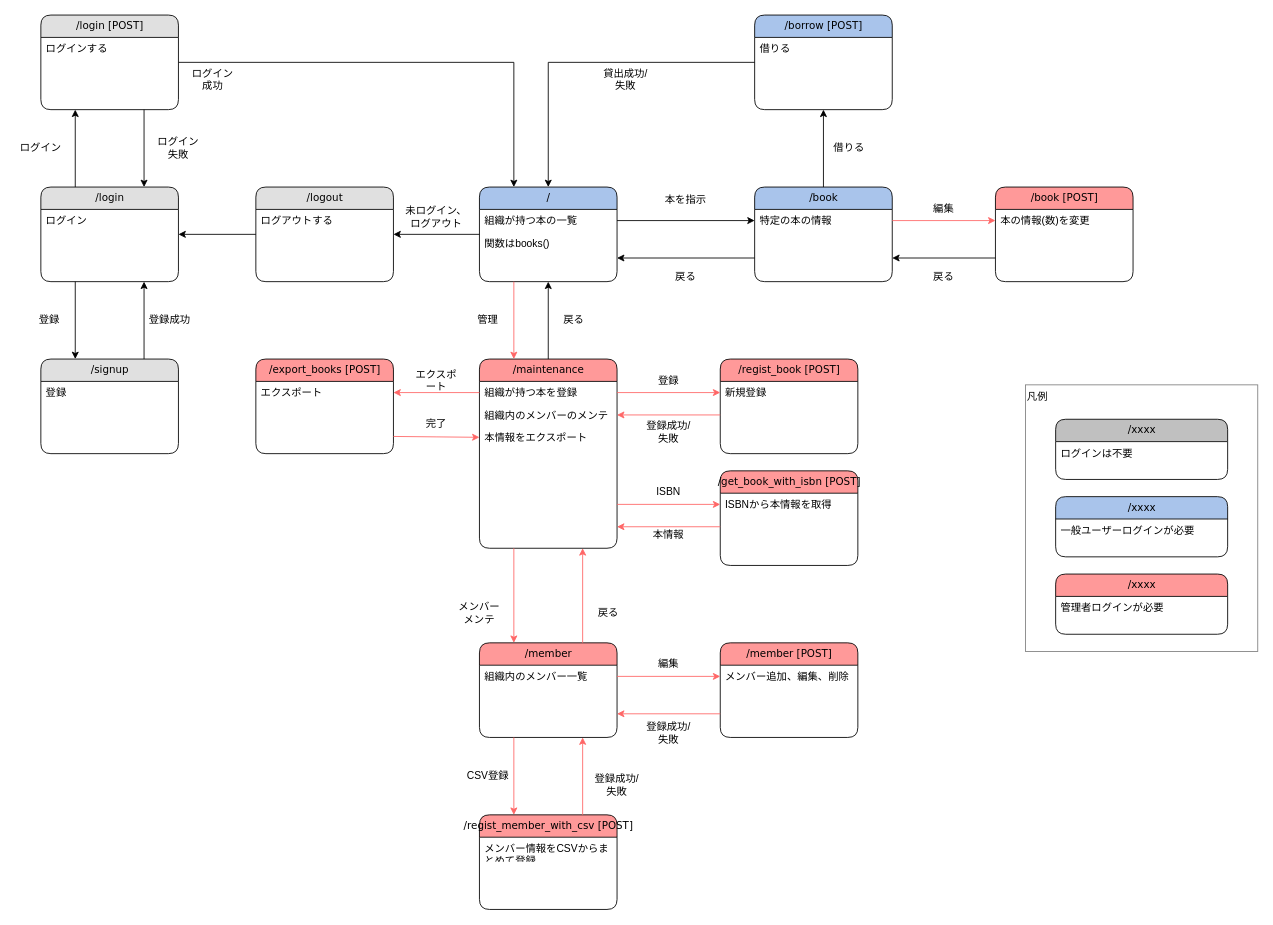
The draw.io diagram doc/screen_transition_diagram.drawio in yo16/bookshelf_2023, before the edit. Source tidied: cells renumbered, new cells numbered last; positions are measured from the earlier drawing's top-left corner, leaving out a move shared by most shapes. Both pictures are drawn from the tidied source at 86%, with x=0, y=0 at pixel (15, 15).
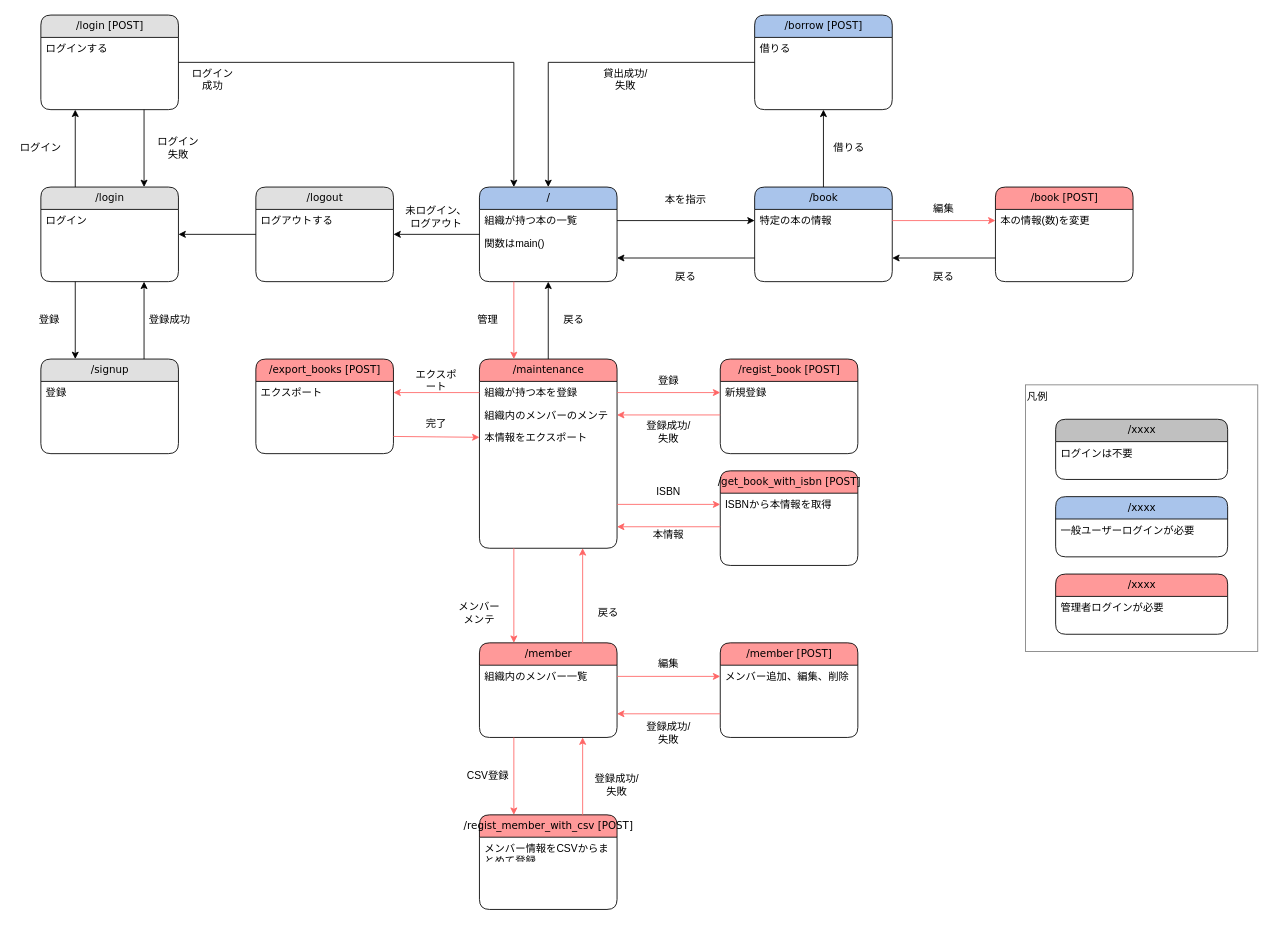
The same page after the edit.

Commit message (it also covers changes not shown here):
/の関数をmainに変更した

Unchanged cells that the change refers to:
```xml
<mxCell id="6" value="/" style="swimlane;html=1;fontStyle=0;horizontal=1;startSize=26;fillColor=#A9C4EB;swimlaneFillColor=#ffffff;align=center;rounded=1;shadow=0;comic=0;labelBackgroundColor=none;strokeWidth=1;fontFamily=Verdana;fontSize=12;" parent="1" vertex="1">
  <mxGeometry x="540" y="200" width="160" height="110" as="geometry" />
</mxCell>
```

The edit, as a diff of the source:
```diff
@@
-    <mxCell id="8" value="関数はbooks()" style="text;html=1;strokeColor=none;fillColor=none;spacingLeft=4;spacingRight=4;whiteSpace=wrap;overflow=hidden;" parent="6" vertex="1">
+    <mxCell id="8" value="関数はmain()" style="text;html=1;strokeColor=none;fillColor=none;spacingLeft=4;spacingRight=4;whiteSpace=wrap;overflow=hidden;" parent="6" vertex="1">
       <mxGeometry y="52" width="160" height="26" as="geometry" />
     </mxCell>
```
